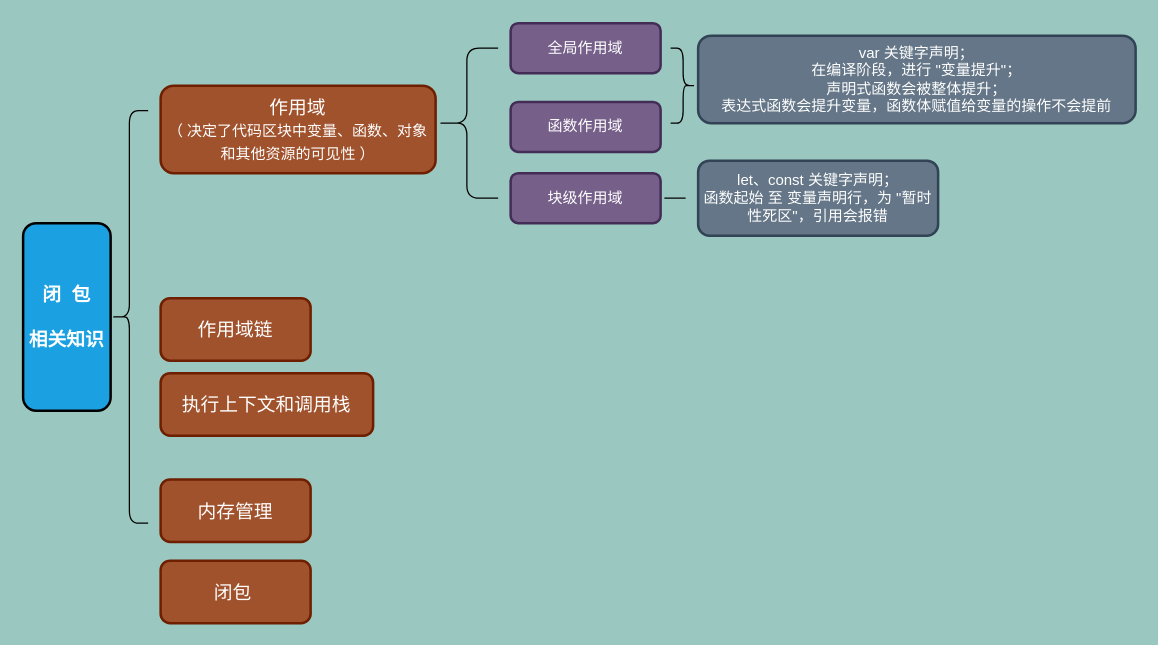
This is 闭包.drawio from arrayListTwo/draw, a draw.io file, before an edit. Source tidied: cells renumbered, new cells numbered last; positions are measured from the earlier drawing's top-left corner, leaving out a move shared by most shapes. Both pictures are drawn from the tidied source at 125%, with x=0, y=0 at pixel (22, 22).
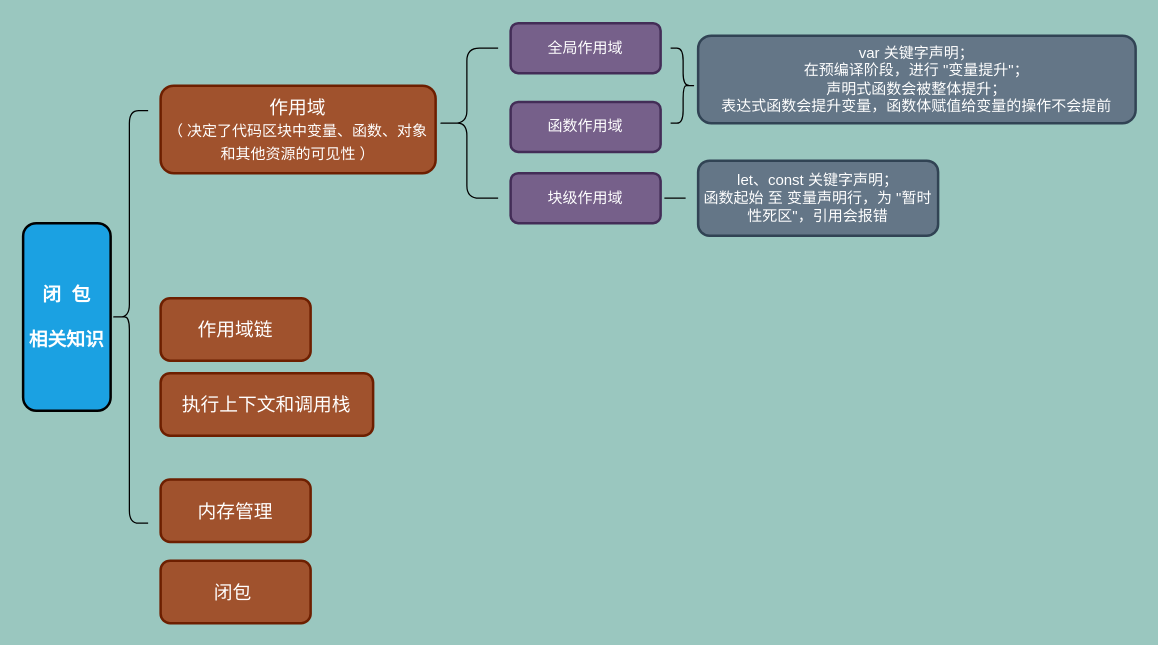
The same diagram, later.

What changed in the source:
```diff
@@
 <mxGraphModel background="#9AC7BF">
   <root>
     <mxCell id="0" />
     <mxCell id="1" parent="0" />
     <mxCell id="2" value="&lt;b&gt;&lt;font style=&quot;font-size: 15px;&quot; color=&quot;#ffffff&quot;&gt;闭&amp;nbsp; 包&lt;br&gt;&lt;br&gt;相关知识&lt;br&gt;&lt;/font&gt;&lt;/b&gt;" style="whiteSpace=wrap;html=1;strokeWidth=2;fillWeight=4;hachureGap=8;hachureAngle=45;fillColor=#1ba1e2;fillStyle=solid;rounded=1;" parent="1" vertex="1">
       <mxGeometry y="160" width="70" height="150" as="geometry" />
     </mxCell>
     <mxCell id="3" value="作用域&lt;br&gt;&lt;font style=&quot;font-size: 12px;&quot;&gt;（ 决定了代码区块中变量、函数、对象和其他资源的可见性 ）&lt;/font&gt;" style="whiteSpace=wrap;html=1;strokeWidth=2;fillWeight=4;hachureGap=8;hachureAngle=45;fillColor=#a0522d;fillStyle=solid;fontSize=15;fontColor=#ffffff;strokeColor=#6D1F00;rounded=1;" parent="1" vertex="1">
       <mxGeometry x="110" y="50" width="220" height="70" as="geometry" />
     </mxCell>
     <mxCell id="4" value="作用域链" style="whiteSpace=wrap;html=1;strokeWidth=2;fillWeight=4;hachureGap=8;hachureAngle=45;fillColor=#a0522d;fillStyle=solid;fontSize=15;fontColor=#ffffff;strokeColor=#6D1F00;rounded=1;" parent="1" vertex="1">
       <mxGeometry x="110" y="220" width="120" height="50" as="geometry" />
     </mxCell>
     <mxCell id="5" value="执行上下文和调用栈" style="whiteSpace=wrap;html=1;strokeWidth=2;fillWeight=4;hachureGap=8;hachureAngle=45;fillColor=#a0522d;fillStyle=solid;fontSize=15;fontColor=#ffffff;strokeColor=#6D1F00;rounded=1;" parent="1" vertex="1">
       <mxGeometry x="110" y="280" width="170" height="50" as="geometry" />
     </mxCell>
     <mxCell id="6" value="内存管理" style="whiteSpace=wrap;html=1;strokeWidth=2;fillWeight=4;hachureGap=8;hachureAngle=45;fillColor=#a0522d;fillStyle=solid;fontSize=15;fontColor=#ffffff;strokeColor=#6D1F00;rounded=1;" parent="1" vertex="1">
       <mxGeometry x="110" y="365" width="120" height="50" as="geometry" />
     </mxCell>
     <mxCell id="7" value="闭包&amp;nbsp;" style="whiteSpace=wrap;html=1;strokeWidth=2;fillWeight=4;hachureGap=8;hachureAngle=45;fillColor=#a0522d;fillStyle=solid;fontSize=15;fontColor=#ffffff;strokeColor=#6D1F00;rounded=1;" parent="1" vertex="1">
       <mxGeometry x="110" y="430" width="120" height="50" as="geometry" />
     </mxCell>
     <mxCell id="8" style="shape=curlyBracket;whiteSpace=wrap;html=1;fillStyle=solid;fontSize=15;fontColor=#FFFFFF;gradientColor=none;rounded=1;" parent="1" vertex="1">
       <mxGeometry x="70" y="70" width="30" height="330" as="geometry" />
     </mxCell>
     <mxCell id="9" value="全局作用域" style="whiteSpace=wrap;html=1;strokeWidth=2;fillWeight=4;hachureGap=8;hachureAngle=45;fillColor=#76608a;fillStyle=solid;fontSize=12;fontColor=#ffffff;strokeColor=#432D57;rounded=1;" parent="1" vertex="1">
       <mxGeometry x="390" width="120" height="40" as="geometry" />
     </mxCell>
     <mxCell id="10" value="函数作用域" style="whiteSpace=wrap;html=1;strokeWidth=2;fillWeight=4;hachureGap=8;hachureAngle=45;fillColor=#76608a;fillStyle=solid;fontSize=12;fontColor=#ffffff;strokeColor=#432D57;rounded=1;" parent="1" vertex="1">
       <mxGeometry x="390" y="63" width="120" height="40" as="geometry" />
     </mxCell>
     <mxCell id="11" value="块级作用域" style="whiteSpace=wrap;html=1;strokeWidth=2;fillWeight=4;hachureGap=8;hachureAngle=45;fillColor=#76608a;fillStyle=solid;fontSize=12;fontColor=#ffffff;strokeColor=#432D57;rounded=1;" parent="1" vertex="1">
       <mxGeometry x="390" y="120" width="120" height="40" as="geometry" />
     </mxCell>
     <mxCell id="12" style="shape=curlyBracket;whiteSpace=wrap;html=1;fillStyle=solid;fontSize=12;fontColor=#FFFFFF;fillColor=#A5674A;gradientColor=none;rounded=1;" parent="1" vertex="1">
       <mxGeometry x="330" y="20" width="50" height="120" as="geometry" />
     </mxCell>
     <mxCell id="13" value="let、const 关键字声明；&lt;br&gt;函数起始 至 变量声明行，为 &quot;暂时性死区&quot;，引用会报错" style="whiteSpace=wrap;html=1;strokeWidth=2;fillWeight=4;hachureGap=8;hachureAngle=45;fillColor=#647687;fillStyle=solid;fontSize=12;fontColor=#ffffff;strokeColor=#314354;rounded=1;" parent="1" vertex="1">
       <mxGeometry x="540" y="110" width="192" height="60" as="geometry" />
     </mxCell>
-    <mxCell id="14" value="var 关键字声明；&lt;br&gt;在编译阶段，进行 &quot;变量提升&quot;；&lt;br&gt;声明式函数会被整体提升；&lt;br&gt;表达式函数会提升变量，函数体赋值给变量的操作不会提前" style="whiteSpace=wrap;html=1;strokeWidth=2;fillWeight=4;hachureGap=8;hachureAngle=45;fillColor=#647687;fillStyle=solid;fontSize=12;fontColor=#ffffff;strokeColor=#314354;rounded=1;" parent="1" vertex="1">
+    <mxCell id="14" value="var 关键字声明；&lt;br&gt;在预编译阶段，进行 &quot;变量提升&quot;；&lt;br&gt;声明式函数会被整体提升；&lt;br&gt;表达式函数会提升变量，函数体赋值给变量的操作不会提前" style="whiteSpace=wrap;html=1;strokeWidth=2;fillWeight=4;hachureGap=8;hachureAngle=45;fillColor=#647687;fillStyle=solid;fontSize=12;fontColor=#ffffff;strokeColor=#314354;rounded=1;" parent="1" vertex="1">
       <mxGeometry x="540" y="10" width="350" height="70" as="geometry" />
     </mxCell>
     <mxCell id="15" style="shape=curlyBracket;whiteSpace=wrap;html=1;flipH=1;fillStyle=solid;fontSize=12;fontColor=#FFFFFF;fillColor=#A5674A;gradientColor=none;rounded=1;" parent="1" vertex="1">
       <mxGeometry x="518" y="20" width="20" height="60" as="geometry" />
     </mxCell>
     <mxCell id="16" style="line;strokeWidth=1;html=1;perimeter=backbonePerimeter;fillStyle=solid;fontSize=12;fontColor=#FFFFFF;fillColor=#A5674A;gradientColor=none;rounded=1;" parent="1" vertex="1">
       <mxGeometry x="513" y="135" width="17" height="10" as="geometry" />
     </mxCell>
   </root>
 </mxGraphModel>
```
